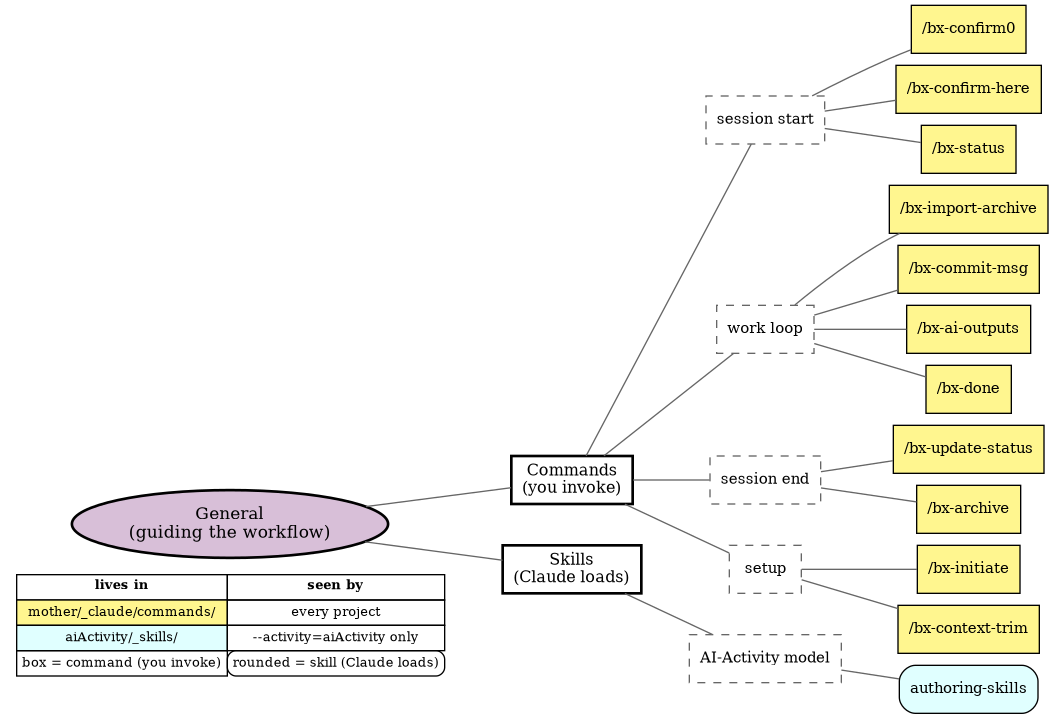
The Graphviz diagram ai-templates/_nonTemplate_/images/aiGeneralTree.png in bisos/defaults, before a commit. Its source is kept beside it as ai-templates/_nonTemplate_/images/aiGeneralTree.gv.
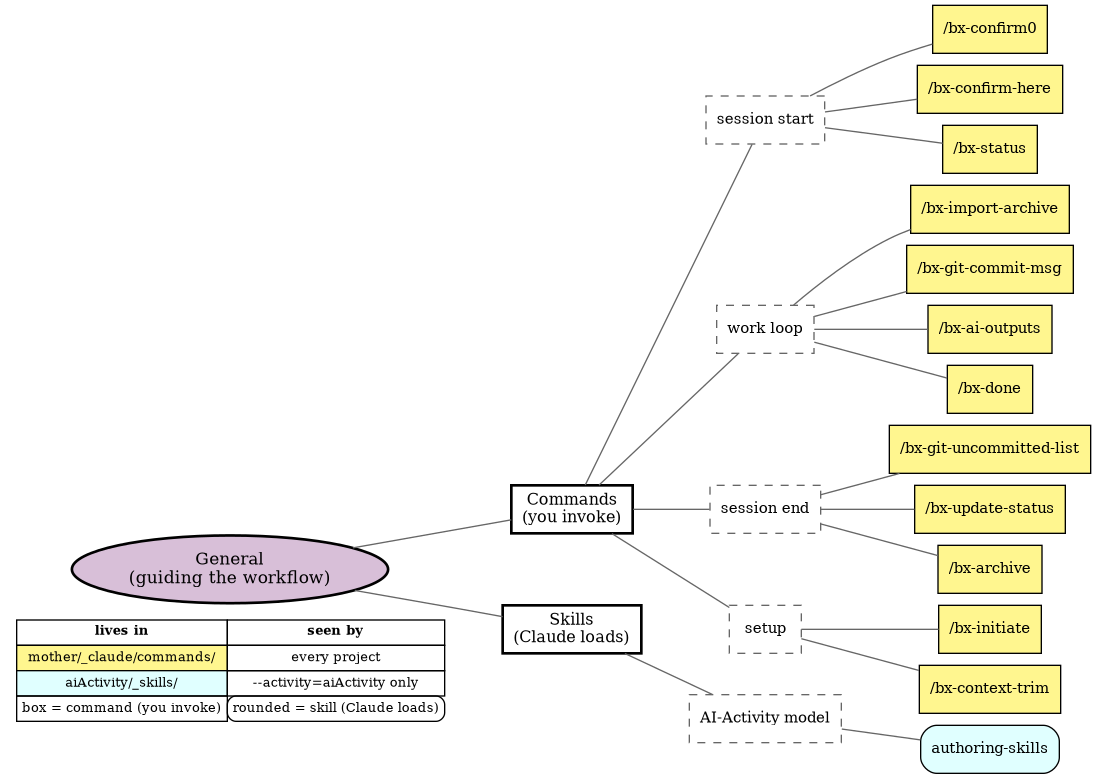
The same diagram one commit later.

What changed in the source:
```diff
@@ -21,14 +21,16 @@
 	commands -> cmdLoop [arrowhead=none color=gray40]
 	"/bx-import-archive" [label="/bx-import-archive" fillcolor=khaki1 shape=box style=filled]
 	cmdLoop -> "/bx-import-archive" [arrowhead=none color=gray40]
-	"/bx-commit-msg" [label="/bx-commit-msg" fillcolor=khaki1 shape=box style=filled]
-	cmdLoop -> "/bx-commit-msg" [arrowhead=none color=gray40]
+	"/bx-git-commit-msg" [label="/bx-git-commit-msg" fillcolor=khaki1 shape=box style=filled]
+	cmdLoop -> "/bx-git-commit-msg" [arrowhead=none color=gray40]
 	"/bx-ai-outputs" [label="/bx-ai-outputs" fillcolor=khaki1 shape=box style=filled]
 	cmdLoop -> "/bx-ai-outputs" [arrowhead=none color=gray40]
 	"/bx-done" [label="/bx-done" fillcolor=khaki1 shape=box style=filled]
 	cmdLoop -> "/bx-done" [arrowhead=none color=gray40]
 	cmdEnd [label="session end" color=gray40 fontsize=11 shape=box style=dashed]
 	commands -> cmdEnd [arrowhead=none color=gray40]
+	"/bx-git-uncommitted-list" [label="/bx-git-uncommitted-list" fillcolor=khaki1 shape=box style=filled]
+	cmdEnd -> "/bx-git-uncommitted-list" [arrowhead=none color=gray40]
 	"/bx-update-status" [label="/bx-update-status" fillcolor=khaki1 shape=box style=filled]
 	cmdEnd -> "/bx-update-status" [arrowhead=none color=gray40]
 	"/bx-archive" [label="/bx-archive" fillcolor=khaki1 shape=box style=filled]
```
